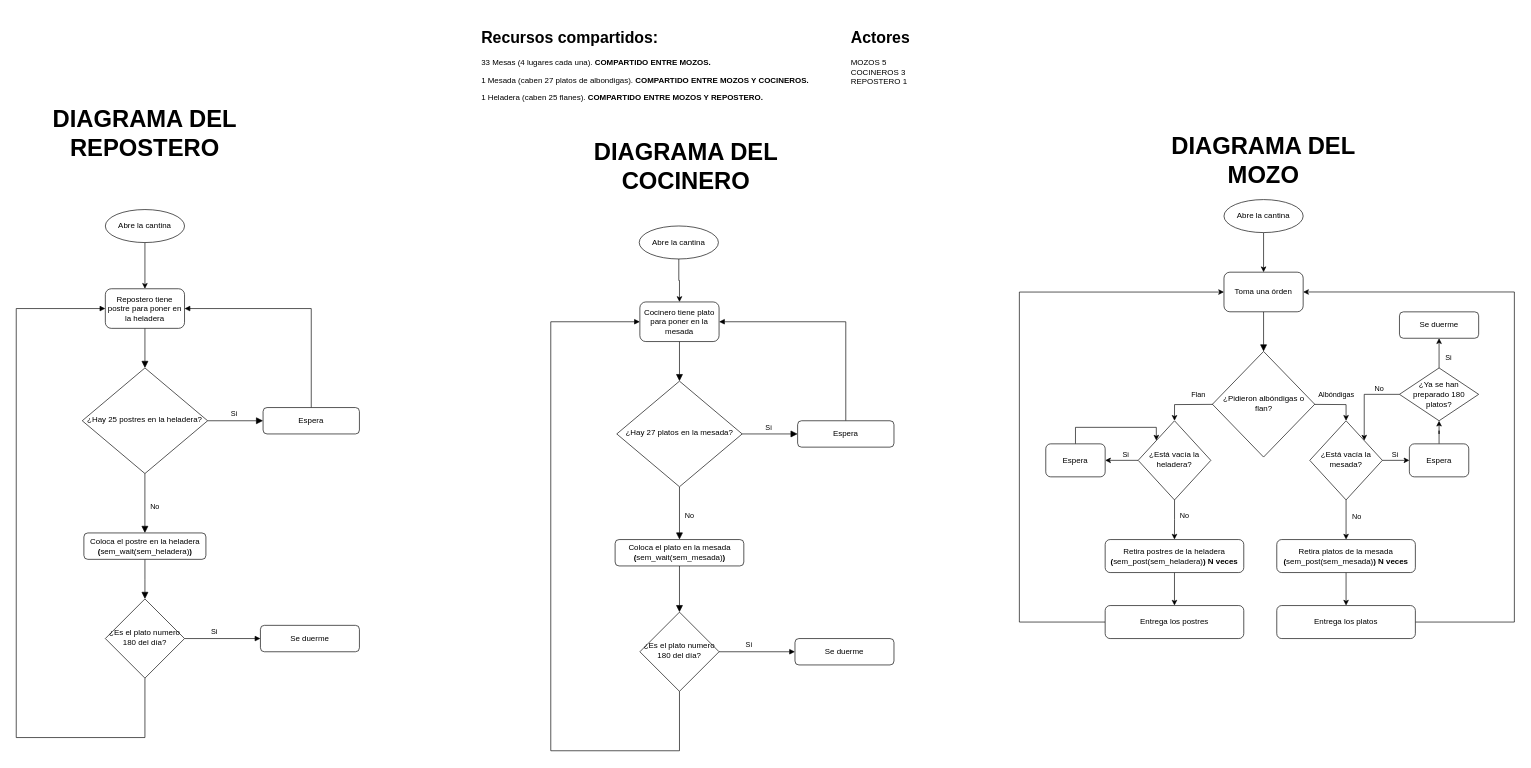
This is diagrama_de_flujo.drawio from joaquinjoaco/obligatorio-SO1, a draw.io file, before an edit. Source tidied: cells renumbered, new cells numbered last; positions are measured from the earlier drawing's top-left corner, leaving out a move shared by most shapes. Both pictures are drawn from the tidied source at 66%, with x=0, y=0 at pixel (16, 24).
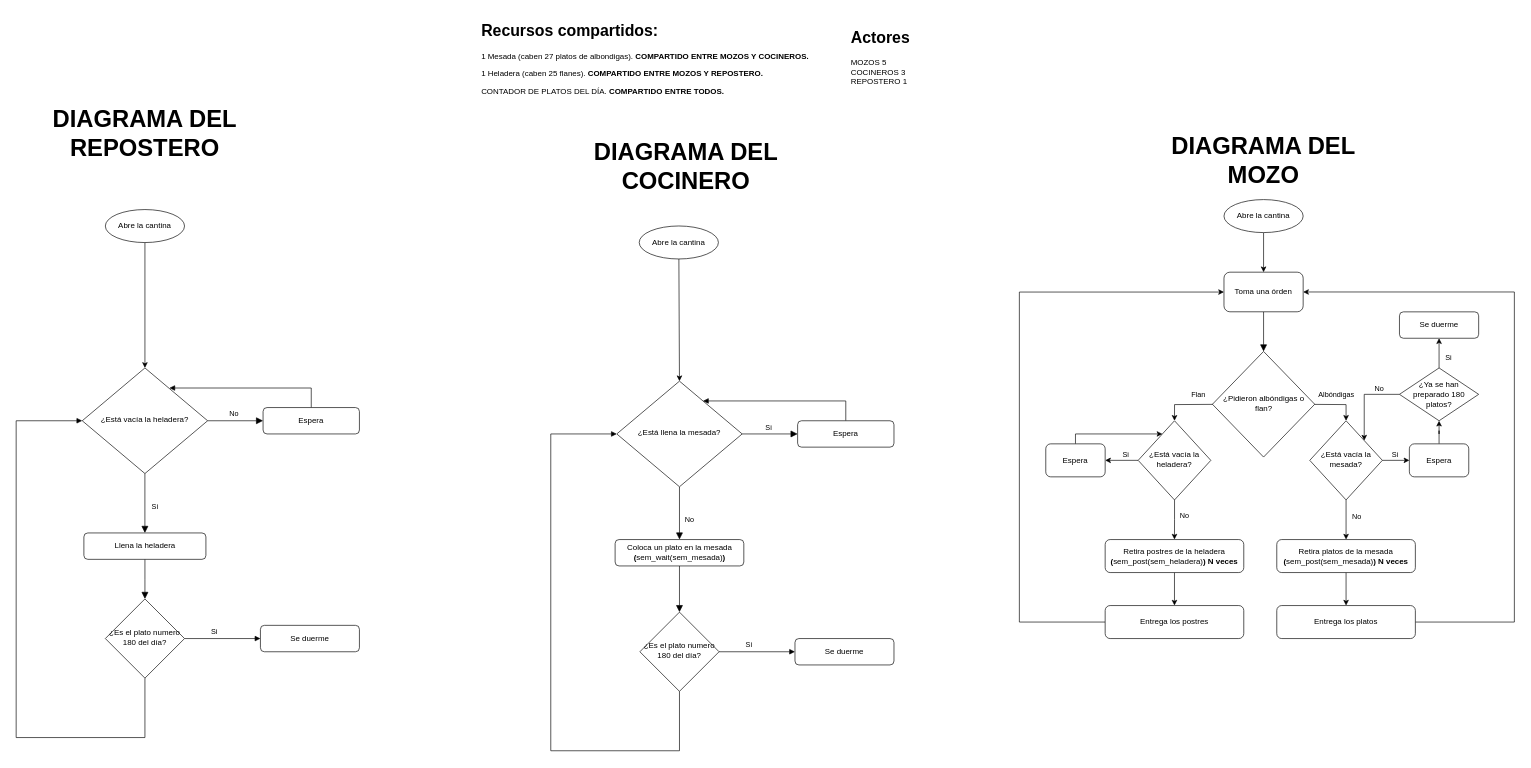
The same page after the edit.

The change refers to these unchanged cells:
```xml
<mxCell id="8" value="Espera" style="rounded=1;whiteSpace=wrap;html=1;fontSize=12;glass=0;strokeWidth=1;shadow=0;" parent="1" vertex="1">
  <mxGeometry x="1184" y="600" width="146" height="40" as="geometry" />
</mxCell>
<mxCell id="15" value="¿Es el plato numero 180 del día?" style="rhombus;whiteSpace=wrap;html=1;shadow=0;fontFamily=Helvetica;fontSize=12;align=center;strokeWidth=1;spacing=6;spacingTop=-4;" parent="1" vertex="1">
  <mxGeometry x="945" y="890" width="120" height="120" as="geometry" />
</mxCell>
<mxCell id="24" value="Espera" style="rounded=1;whiteSpace=wrap;html=1;fontSize=12;glass=0;strokeWidth=1;shadow=0;" parent="1" vertex="1">
  <mxGeometry x="374.1" y="580" width="146" height="40" as="geometry" />
</mxCell>
<mxCell id="29" value="¿Es el plato numero 180 del día?" style="rhombus;whiteSpace=wrap;html=1;shadow=0;fontFamily=Helvetica;fontSize=12;align=center;strokeWidth=1;spacing=6;spacingTop=-4;" parent="1" vertex="1">
  <mxGeometry x="135.1" y="870" width="120" height="120" as="geometry" />
</mxCell>
<mxCell id="47" value="Abre la cantina" style="ellipse;whiteSpace=wrap;html=1;" parent="1" vertex="1">
  <mxGeometry x="944" y="304.9" width="120" height="50" as="geometry" />
</mxCell>
<mxCell id="49" value="Abre la cantina" style="ellipse;whiteSpace=wrap;html=1;" parent="1" vertex="1">
  <mxGeometry x="135.1" y="280" width="120" height="50" as="geometry" />
</mxCell>
<mxCell id="54" value="¿Está vacía la heladera?" style="rhombus;whiteSpace=wrap;html=1;shadow=0;fontFamily=Helvetica;fontSize=12;align=center;strokeWidth=1;spacing=6;spacingTop=-4;" parent="1" vertex="1">
  <mxGeometry x="1700" y="600" width="110.1" height="120" as="geometry" />
</mxCell>
<mxCell id="63" value="Espera" style="rounded=1;whiteSpace=wrap;html=1;fontSize=12;glass=0;strokeWidth=1;shadow=0;" parent="1" vertex="1">
  <mxGeometry x="1560" y="635" width="90" height="50" as="geometry" />
</mxCell>
```

Change to the diagram source:
```diff
@@
-    <mxCell id="2" style="rounded=0;html=1;jettySize=auto;fontSize=11;endArrow=block;endFill=1;endSize=8;strokeWidth=1;shadow=0;labelBackgroundColor=none;edgeStyle=orthogonalEdgeStyle;" parent="1" edge="1" source="3" target="6">
-      <mxGeometry relative="1" as="geometry" />
-    </mxCell>
-    <mxCell id="3" value="Cocinero tiene plato para poner en la mesada" style="rounded=1;whiteSpace=wrap;html=1;fontSize=12;glass=0;strokeWidth=1;shadow=0;" parent="1" vertex="1">
-      <mxGeometry x="945" y="420" width="120" height="60" as="geometry" />
-    </mxCell>
     <mxCell id="4" value="No" style="rounded=0;html=1;jettySize=auto;fontSize=11;endArrow=block;endFill=1;endSize=8;strokeWidth=1;shadow=0;labelBackgroundColor=none;edgeStyle=orthogonalEdgeStyle;entryX=0.5;entryY=0;entryDx=0;entryDy=0;" parent="1" edge="1" source="6" target="10">
-      <mxGeometry x="0.11" y="15" relative="1" as="geometry" />
+      <mxGeometry x="0.25" y="15" relative="1" as="geometry" />
     </mxCell>
@@
-    <mxCell id="6" value="¿Hay 27 platos en la mesada?" style="rhombus;whiteSpace=wrap;html=1;shadow=0;fontFamily=Helvetica;fontSize=12;align=center;strokeWidth=1;spacing=6;spacingTop=-4;" parent="1" vertex="1">
+    <mxCell id="6" value="¿Está llena la mesada?" style="rhombus;whiteSpace=wrap;html=1;shadow=0;fontFamily=Helvetica;fontSize=12;align=center;strokeWidth=1;spacing=6;spacingTop=-4;" parent="1" vertex="1">
       <mxGeometry x="910" y="540" width="190" height="160" as="geometry" />
     </mxCell>
-    <mxCell id="7" style="edgeStyle=orthogonalEdgeStyle;rounded=0;jettySize=auto;html=1;endArrow=block;endFill=1;" parent="1" edge="1" source="8">
+    <mxCell id="7" style="edgeStyle=orthogonalEdgeStyle;rounded=0;jettySize=auto;html=1;endArrow=block;endFill=1;" parent="1" edge="1" source="8" target="6">
       <mxGeometry relative="1" as="geometry">
-        <mxPoint x="1065" y="450" as="targetPoint" />
         <Array as="points">
-          <mxPoint x="1257" y="450" />
-          <mxPoint x="1065" y="450" />
+          <mxPoint x="1257" y="570" />
         </Array>
       </mxGeometry>
     </mxCell>
@@
-    <mxCell id="10" value="Coloca el plato en la mesada&lt;br&gt;&lt;b&gt;(&lt;/b&gt;sem_wait(sem_mesada)&lt;b&gt;)&lt;/b&gt;" style="rounded=1;whiteSpace=wrap;html=1;fontSize=12;glass=0;strokeWidth=1;shadow=0;" parent="1" vertex="1">
+    <mxCell id="10" value="Coloca un plato en la mesada&lt;br&gt;&lt;b&gt;(&lt;/b&gt;sem_wait(sem_mesada)&lt;b&gt;)&lt;/b&gt;" style="rounded=1;whiteSpace=wrap;html=1;fontSize=12;glass=0;strokeWidth=1;shadow=0;" parent="1" vertex="1">
       <mxGeometry x="907.5" y="780" width="195" height="40" as="geometry" />
     </mxCell>
-    <mxCell id="11" value="&lt;h1&gt;Recursos compartidos:&lt;/h1&gt;&lt;p&gt;33 Mesas (4 lugares cada una). &lt;b&gt;COMPARTIDO ENTRE MOZOS.&lt;/b&gt;&lt;/p&gt;&lt;p&gt;1 Mesada (caben 27 platos de albondigas). &lt;b&gt;COMPARTIDO ENTRE MOZOS Y COCINEROS.&lt;/b&gt;&lt;/p&gt;&lt;p&gt;1 Heladera (caben 25 flanes). &lt;b&gt;COMPARTIDO ENTRE MOZOS Y REPOSTERO.&lt;/b&gt;&lt;/p&gt;" style="text;html=1;strokeColor=none;fillColor=none;spacing=5;spacingTop=-20;whiteSpace=wrap;overflow=hidden;rounded=0;" parent="1" vertex="1">
-      <mxGeometry x="700" width="530" height="130" as="geometry" />
+    <mxCell id="11" value="&lt;h1&gt;Recursos compartidos:&lt;/h1&gt;&lt;p&gt;1 Mesada (caben 27 platos de albondigas). &lt;b&gt;COMPARTIDO ENTRE MOZOS Y COCINEROS.&lt;/b&gt;&lt;/p&gt;&lt;p&gt;1 Heladera (caben 25 flanes). &lt;b&gt;COMPARTIDO ENTRE MOZOS Y REPOSTERO.&lt;/b&gt;&lt;/p&gt;&lt;p&gt;CONTADOR DE PLATOS DEL DÍA.&lt;b&gt; COMPARTIDO ENTRE TODOS.&lt;/b&gt;&lt;/p&gt;" style="text;html=1;strokeColor=none;fillColor=none;spacing=5;spacingTop=-20;whiteSpace=wrap;overflow=hidden;rounded=0;" parent="1" vertex="1">
+      <mxGeometry x="700" y="-10" width="530" height="130" as="geometry" />
     </mxCell>
@@
-    <mxCell id="14" style="edgeStyle=orthogonalEdgeStyle;rounded=0;jettySize=auto;html=1;entryX=0;entryY=0.5;entryDx=0;entryDy=0;endArrow=block;endFill=1;" parent="1" edge="1" source="15" target="3">
+    <mxCell id="14" style="edgeStyle=orthogonalEdgeStyle;rounded=0;jettySize=auto;html=1;endArrow=block;endFill=1;" parent="1" edge="1" source="15" target="6">
       <mxGeometry relative="1" as="geometry">
         <Array as="points">
           <mxPoint x="1005" y="1100" />
           <mxPoint x="810" y="1100" />
-          <mxPoint x="810" y="450" />
+          <mxPoint x="810" y="620" />
         </Array>
       </mxGeometry>
     </mxCell>
@@
-    <mxCell id="18" style="rounded=0;html=1;jettySize=auto;fontSize=11;endArrow=block;endFill=1;endSize=8;strokeWidth=1;shadow=0;labelBackgroundColor=none;edgeStyle=orthogonalEdgeStyle;" parent="1" edge="1" source="19" target="22">
-      <mxGeometry relative="1" as="geometry" />
-    </mxCell>
-    <mxCell id="19" value="Repostero tiene postre para poner en la heladera" style="rounded=1;whiteSpace=wrap;html=1;fontSize=12;glass=0;strokeWidth=1;shadow=0;" parent="1" vertex="1">
-      <mxGeometry x="135.1" y="400" width="120" height="60" as="geometry" />
-    </mxCell>
-    <mxCell id="20" value="No" style="rounded=0;html=1;jettySize=auto;fontSize=11;endArrow=block;endFill=1;endSize=8;strokeWidth=1;shadow=0;labelBackgroundColor=none;edgeStyle=orthogonalEdgeStyle;entryX=0.5;entryY=0;entryDx=0;entryDy=0;" parent="1" edge="1" source="22" target="26">
+    <mxCell id="20" value="Si" style="rounded=0;html=1;jettySize=auto;fontSize=11;endArrow=block;endFill=1;endSize=8;strokeWidth=1;shadow=0;labelBackgroundColor=none;edgeStyle=orthogonalEdgeStyle;entryX=0.5;entryY=0;entryDx=0;entryDy=0;" parent="1" edge="1" source="22" target="26">
       <mxGeometry x="0.11" y="15" relative="1" as="geometry" />
     </mxCell>
-    <mxCell id="21" value="Si" style="edgeStyle=orthogonalEdgeStyle;rounded=0;html=1;jettySize=auto;fontSize=11;endArrow=block;endFill=1;endSize=8;strokeWidth=1;shadow=0;labelBackgroundColor=none;" parent="1" edge="1" source="22" target="24">
+    <mxCell id="21" value="No" style="edgeStyle=orthogonalEdgeStyle;rounded=0;html=1;jettySize=auto;fontSize=11;endArrow=block;endFill=1;endSize=8;strokeWidth=1;shadow=0;labelBackgroundColor=none;" parent="1" edge="1" source="22" target="24">
       <mxGeometry x="-0.05" y="10" relative="1" as="geometry" />
     </mxCell>
-    <mxCell id="22" value="¿Hay 25 postres en la heladera?" style="rhombus;whiteSpace=wrap;html=1;shadow=0;fontFamily=Helvetica;fontSize=12;align=center;strokeWidth=1;spacing=6;spacingTop=-4;" parent="1" vertex="1">
+    <mxCell id="22" value="¿Está vacía la heladera?" style="rhombus;whiteSpace=wrap;html=1;shadow=0;fontFamily=Helvetica;fontSize=12;align=center;strokeWidth=1;spacing=6;spacingTop=-4;" parent="1" vertex="1">
       <mxGeometry x="100.1" y="520" width="190" height="160" as="geometry" />
     </mxCell>
-    <mxCell id="23" style="edgeStyle=orthogonalEdgeStyle;rounded=0;jettySize=auto;html=1;endArrow=block;endFill=1;" parent="1" edge="1" source="24">
+    <mxCell id="23" style="edgeStyle=orthogonalEdgeStyle;rounded=0;jettySize=auto;html=1;endArrow=block;endFill=1;entryX=0.695;entryY=0.19;entryDx=0;entryDy=0;entryPerimeter=0;" parent="1" edge="1" source="24" target="22">
       <mxGeometry relative="1" as="geometry">
-        <mxPoint x="255.1" y="430" as="targetPoint" />
         <Array as="points">
-          <mxPoint x="447.1" y="430" />
-          <mxPoint x="255.1" y="430" />
+          <mxPoint x="447" y="550" />
         </Array>
       </mxGeometry>
     </mxCell>
@@
-    <mxCell id="26" value="Coloca el postre en la heladera&lt;br&gt;&lt;b&gt;(&lt;/b&gt;sem_wait(sem_heladera)&lt;b&gt;)&lt;/b&gt;" style="rounded=1;whiteSpace=wrap;html=1;fontSize=12;glass=0;strokeWidth=1;shadow=0;" parent="1" vertex="1">
+    <mxCell id="26" value="Llena la heladera" style="rounded=1;whiteSpace=wrap;html=1;fontSize=12;glass=0;strokeWidth=1;shadow=0;" parent="1" vertex="1">
       <mxGeometry x="102.6" y="770" width="184.9" height="40" as="geometry" />
     </mxCell>
@@
-    <mxCell id="28" style="edgeStyle=orthogonalEdgeStyle;rounded=0;jettySize=auto;html=1;entryX=0;entryY=0.5;entryDx=0;entryDy=0;endArrow=block;endFill=1;" parent="1" edge="1" source="29" target="19">
+    <mxCell id="28" style="edgeStyle=orthogonalEdgeStyle;rounded=0;jettySize=auto;html=1;entryX=0;entryY=0.5;entryDx=0;entryDy=0;endArrow=block;endFill=1;" parent="1" edge="1" source="29" target="22">
       <mxGeometry relative="1" as="geometry">
         <Array as="points">
-          <mxPoint x="195.1" y="1080" />
-          <mxPoint x="0.1" y="1080" />
-          <mxPoint x="0.1" y="430" />
+          <mxPoint x="195" y="1080" />
+          <mxPoint y="1080" />
+          <mxPoint y="600" />
         </Array>
       </mxGeometry>
     </mxCell>
@@
-    <mxCell id="46" style="edgeStyle=orthogonalEdgeStyle;rounded=0;jettySize=auto;html=1;" parent="1" edge="1" source="47" target="3">
-      <mxGeometry relative="1" as="geometry" />
-    </mxCell>
+    <mxCell id="74" style="edgeStyle=none;html=1;entryX=0.5;entryY=0;entryDx=0;entryDy=0;" parent="1" edge="1" source="47" target="6">
+      <mxGeometry relative="1" as="geometry" />
+    </mxCell>
@@
-    <mxCell id="48" style="edgeStyle=orthogonalEdgeStyle;rounded=0;jettySize=auto;html=1;" parent="1" edge="1" source="49" target="19">
+    <mxCell id="48" style="edgeStyle=orthogonalEdgeStyle;rounded=0;jettySize=auto;html=1;entryX=0.5;entryY=0;entryDx=0;entryDy=0;" parent="1" edge="1" source="49" target="22">
       <mxGeometry relative="1" as="geometry" />
     </mxCell>
@@
-    <mxCell id="62" style="edgeStyle=orthogonalEdgeStyle;rounded=0;jettySize=auto;html=1;entryX=0;entryY=0;entryDx=0;entryDy=0;" parent="1" edge="1" source="63" target="54">
+    <mxCell id="62" style="edgeStyle=orthogonalEdgeStyle;rounded=0;jettySize=auto;html=1;" parent="1" edge="1" source="63" target="54">
       <mxGeometry relative="1" as="geometry">
         <Array as="points">
-          <mxPoint x="1605" y="610" />
-          <mxPoint x="1728" y="610" />
+          <mxPoint x="1605" y="620" />
         </Array>
       </mxGeometry>
     </mxCell>
```
